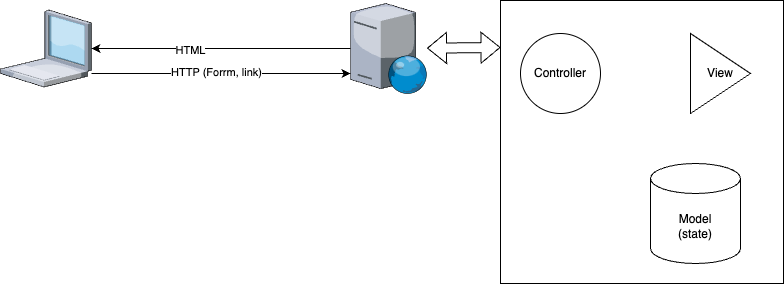
Above: web1.png in superchris/codemash-2024 (draw.io), before the change. Source tidied: cells renumbered, new cells last; positions are measured from the earlier drawing's top-left corner, leaving out a move shared by most shapes.
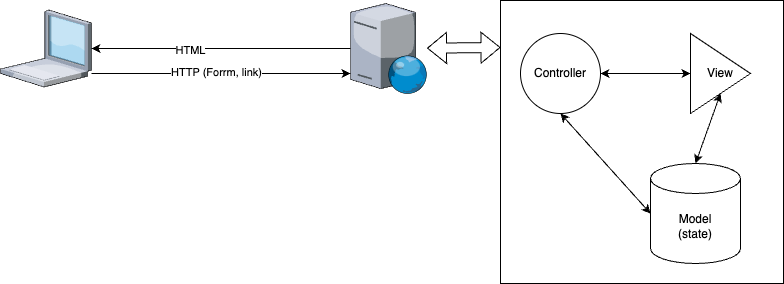
The same diagram one commit later.

The edit, as a diff of the source:
```diff
@@ -41,5 +41,14 @@
     <mxCell id="12" style="shape=flexArrow;endArrow=classic;startArrow=classic;html=1;rounded=0;entryX=0;entryY=0.166;entryDx=0;entryDy=0;entryPerimeter=0;" parent="1" edge="1" source="3" target="4">
       <mxGeometry relative="1" as="geometry" />
     </mxCell>
+    <mxCell id="13" style="endArrow=classic;startArrow=classic;html=1;rounded=0;entryX=0.5;entryY=1;entryDx=0;entryDy=0;exitX=0;exitY=0.5;exitDx=0;exitDy=0;exitPerimeter=0;" parent="1" edge="1" source="6" target="5">
+      <mxGeometry relative="1" as="geometry" />
+    </mxCell>
+    <mxCell id="14" style="endArrow=classic;startArrow=classic;html=1;rounded=0;entryX=0;entryY=0.5;entryDx=0;entryDy=0;exitX=1;exitY=0.5;exitDx=0;exitDy=0;" parent="1" edge="1" source="5" target="7">
+      <mxGeometry relative="1" as="geometry" />
+    </mxCell>
+    <mxCell id="15" style="endArrow=classic;startArrow=classic;html=1;rounded=0;entryX=0.5;entryY=1;entryDx=0;entryDy=0;exitX=0.5;exitY=0;exitDx=0;exitDy=0;exitPerimeter=0;" parent="1" edge="1" source="6" target="7">
+      <mxGeometry relative="1" as="geometry" />
+    </mxCell>
   </root>
 </mxGraphModel>
```
